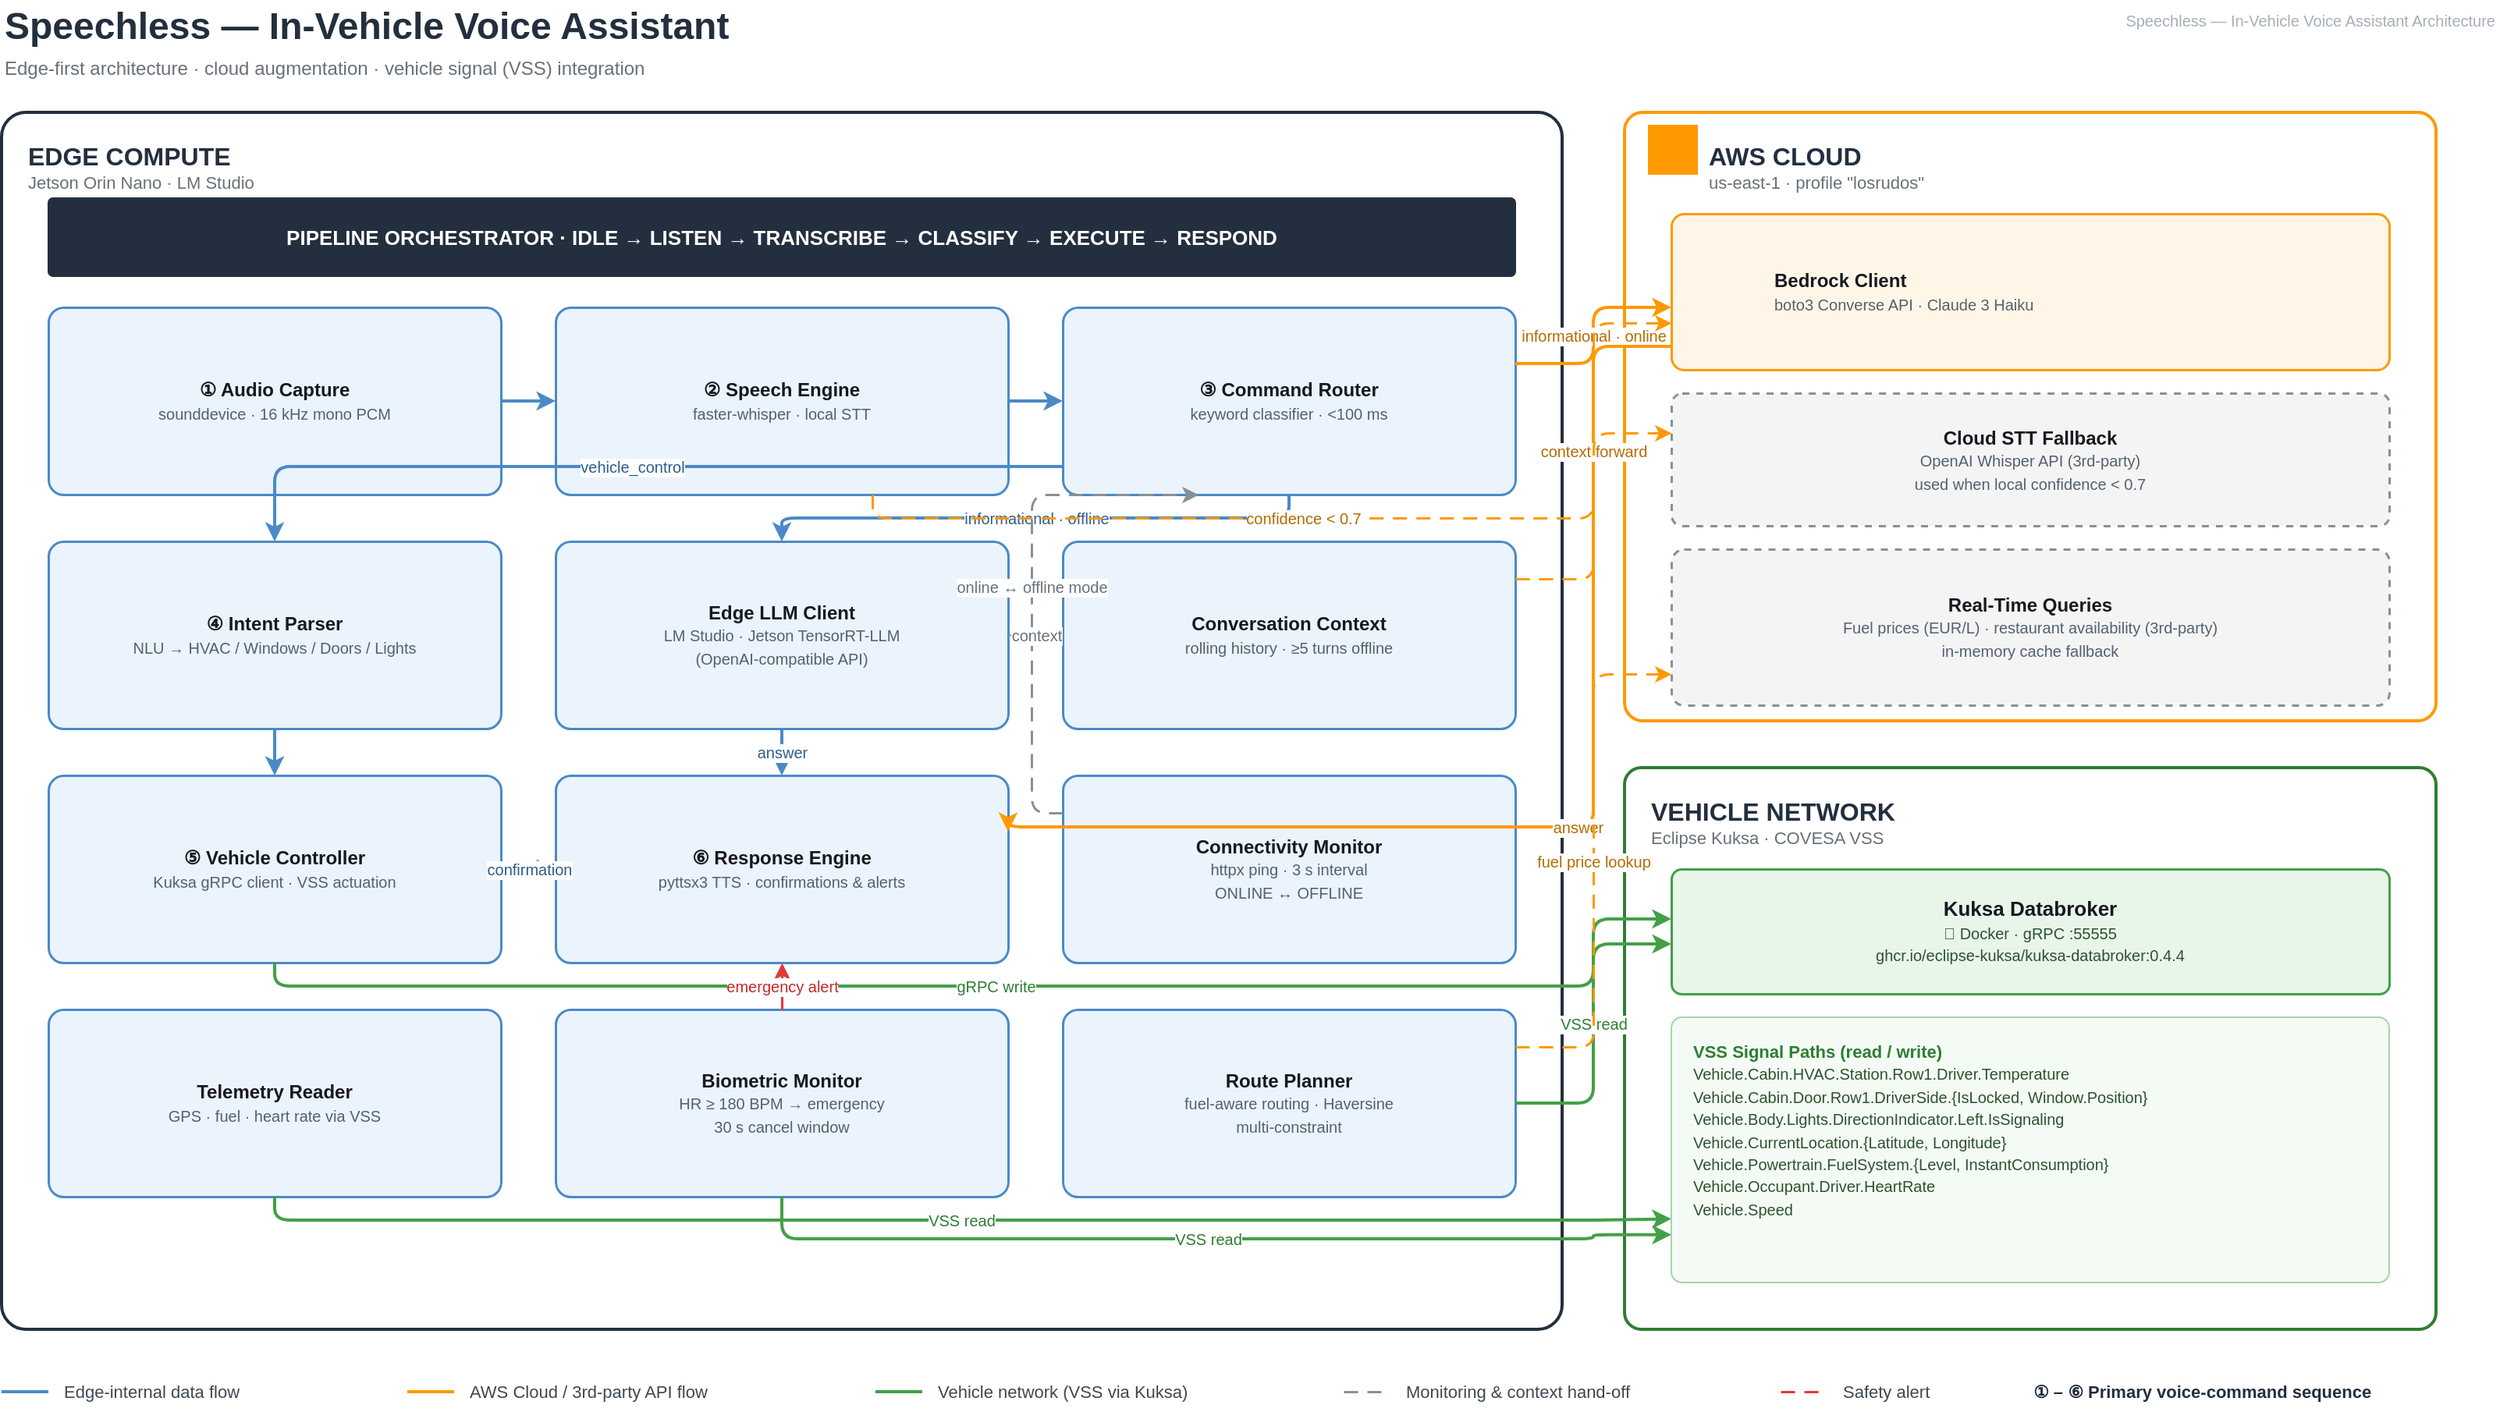
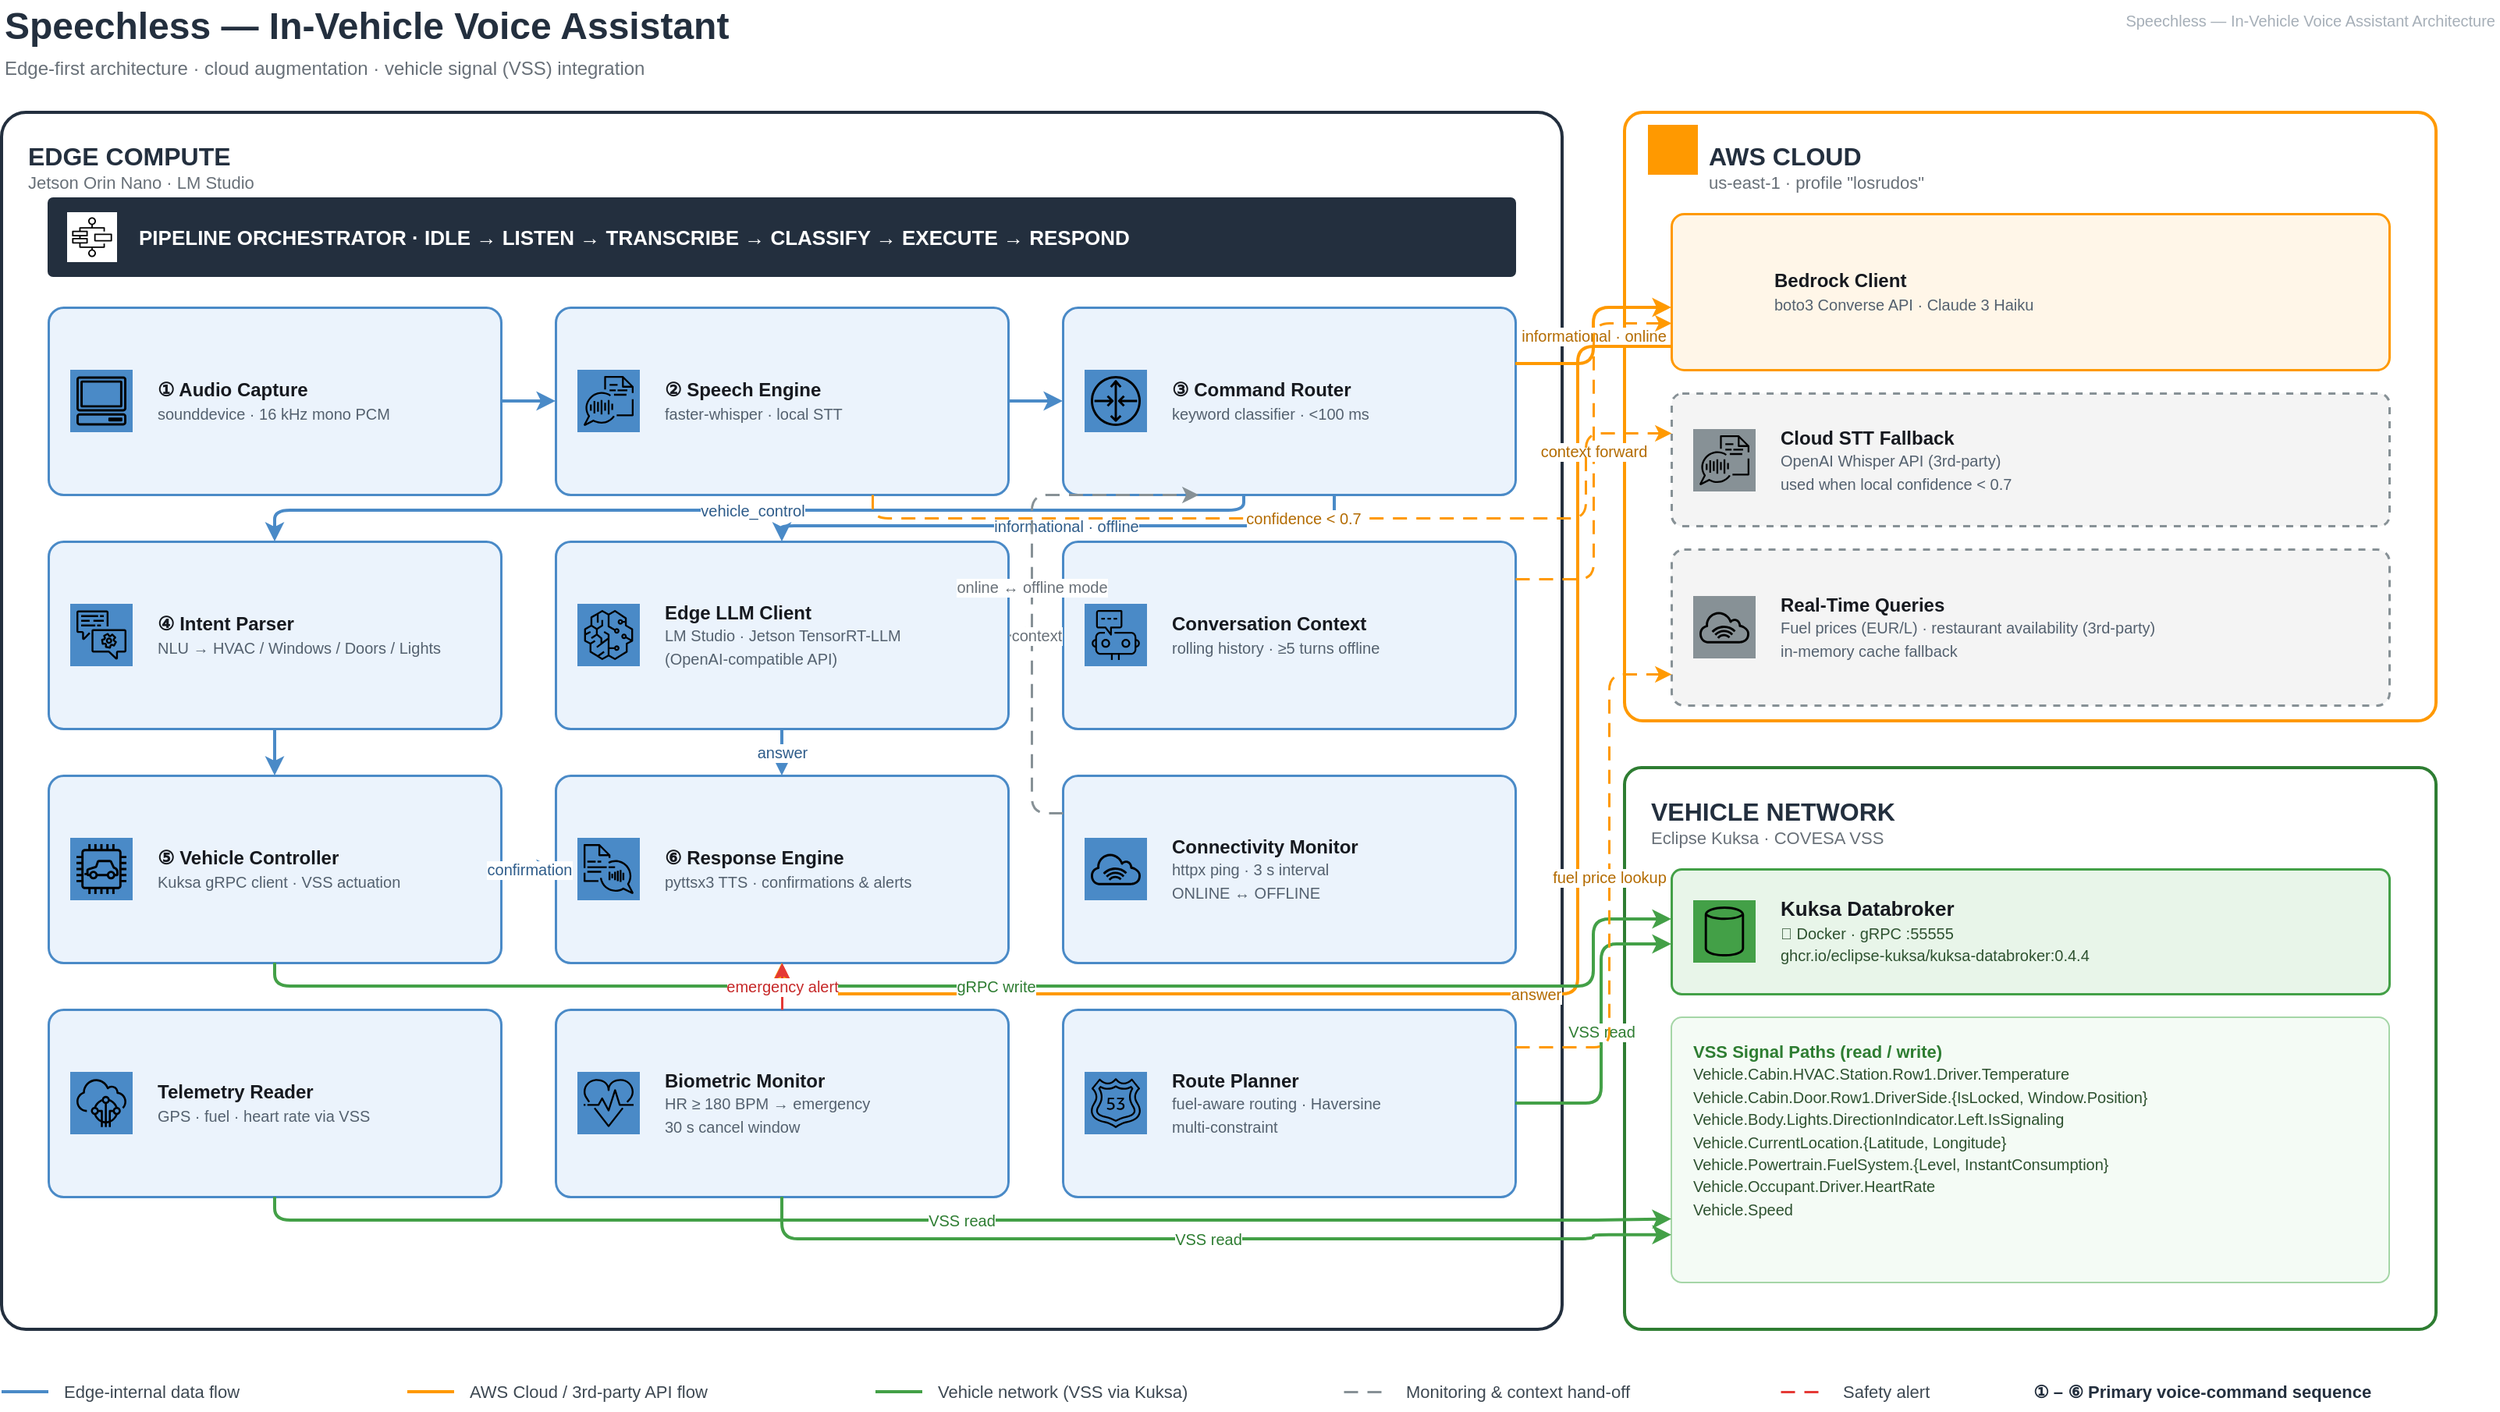
<?xml version="1.0" encoding="UTF-8"?>
<mxfile host="app.diagrams.net" modified="2026-06-10T00:00:00.000Z" agent="Speechless Architecture" version="24.0.0" type="device">
  <diagram id="speechless-architecture" name="Speechless - Voice Assistant Architecture">
    <mxGraphModel dx="1400" dy="900" grid="1" gridSize="10" guides="1" tooltips="1" connect="1" arrows="1" fold="1" page="1" pageScale="1" pageWidth="1680" pageHeight="1000" math="0" shadow="0" background="#FFFFFF">
      <root>
        <mxCell id="0"/>
        <mxCell id="1" parent="0"/>

        <!-- ═══════════════════════════════════════════════════════════════ -->
        <!-- TITLE -->
        <!-- ═══════════════════════════════════════════════════════════════ -->
        <mxCell id="title" value="Speechless — In-Vehicle Voice Assistant" style="text;html=1;align=left;verticalAlign=middle;whiteSpace=wrap;rounded=0;fillColor=none;strokeColor=none;fontSize=24;fontStyle=1;fontColor=#232F3E;" vertex="1" parent="1">
          <mxGeometry x="40" y="18" width="700" height="34" as="geometry"/>
        </mxCell>
        <mxCell id="subtitle" value="Edge-first architecture · cloud augmentation · vehicle signal (VSS) integration" style="text;html=1;align=left;verticalAlign=middle;whiteSpace=wrap;rounded=0;fillColor=none;strokeColor=none;fontSize=12;fontColor=#687078;" vertex="1" parent="1">
          <mxGeometry x="40" y="52" width="700" height="20" as="geometry"/>
        </mxCell>

        <!-- ═══════════════════════════════════════════════════════════════ -->
        <!-- EDGE COMPUTE ZONE -->
        <!-- ═══════════════════════════════════════════════════════════════ -->
        <mxCell id="edge-layer" value="&lt;font color=&quot;#232F3E&quot; style=&quot;font-size: 16px;&quot;&gt;&lt;b&gt;EDGE COMPUTE&lt;/b&gt;&lt;/font&gt;&lt;br&gt;&lt;font color=&quot;#687078&quot; style=&quot;font-size: 11px;&quot;&gt;Jetson Orin Nano · LM Studio&lt;/font&gt;" style="rounded=1;whiteSpace=wrap;html=1;fillColor=#FFFFFF;strokeColor=#232F3E;strokeWidth=2;arcSize=2;verticalAlign=top;align=left;spacingTop=12;spacingLeft=15;" vertex="1" parent="1">
          <mxGeometry x="40" y="90" width="1000" height="780" as="geometry"/>
        </mxCell>

-         <mxCell id="orchestrator" value="PIPELINE ORCHESTRATOR  ·  IDLE → LISTEN → TRANSCRIBE → CLASSIFY → EXECUTE → RESPOND" style="rounded=1;whiteSpace=wrap;html=1;fillColor=#232F3E;strokeColor=#232F3E;fontColor=#FFFFFF;fontSize=13;fontStyle=1;align=center;verticalAlign=middle;arcSize=6;" vertex="1" parent="1">
+         <mxCell id="orchestrator" value="PIPELINE ORCHESTRATOR  ·  IDLE → LISTEN → TRANSCRIBE → CLASSIFY → EXECUTE → RESPOND" style="rounded=1;whiteSpace=wrap;html=1;fillColor=#232F3E;strokeColor=#232F3E;fontColor=#FFFFFF;fontSize=13;fontStyle=1;align=left;verticalAlign=middle;arcSize=6;spacingLeft=56;" vertex="1" parent="1">
          <mxGeometry x="70" y="145" width="940" height="50" as="geometry"/>
        </mxCell>
+         <mxCell id="orchestrator-icon" value="" style="outlineConnect=0;fontColor=#232F3E;gradientColor=none;strokeColor=none;fillColor=#FFFFFF;labelPosition=center;verticalLabelPosition=bottom;verticalAlign=top;align=center;html=1;fontSize=12;fontStyle=0;aspect=fixed;shape=mxgraph.aws4.resourceIcon;resIcon=mxgraph.aws4.step_functions;" vertex="1" parent="1">
+           <mxGeometry x="82" y="154" width="32" height="32" as="geometry"/>
+         </mxCell>

        <!-- Row 1: Voice pipeline (primary path, numbered) -->
-         <mxCell id="audio-capture" value="&lt;b&gt;① Audio Capture&lt;/b&gt;&lt;br&gt;&lt;font style=&quot;font-size: 10px;&quot; color=&quot;#54616F&quot;&gt;sounddevice · 16 kHz mono PCM&lt;/font&gt;" style="rounded=1;whiteSpace=wrap;html=1;fillColor=#EBF3FC;strokeColor=#4A8AC7;strokeWidth=1.5;arcSize=8;fontColor=#16191F;align=center;verticalAlign=middle;fontSize=12;" vertex="1" parent="1">
+         <mxCell id="audio-capture" value="&lt;b&gt;① Audio Capture&lt;/b&gt;&lt;br&gt;&lt;font style=&quot;font-size: 10px;&quot; color=&quot;#54616F&quot;&gt;sounddevice · 16 kHz mono PCM&lt;/font&gt;" style="rounded=1;whiteSpace=wrap;html=1;fillColor=#EBF3FC;strokeColor=#4A8AC7;strokeWidth=1.5;arcSize=8;fontColor=#16191F;align=left;verticalAlign=middle;fontSize=12;spacingLeft=68;" vertex="1" parent="1">
          <mxGeometry x="70" y="215" width="290" height="120" as="geometry"/>
        </mxCell>
-         <mxCell id="speech-engine" value="&lt;b&gt;② Speech Engine&lt;/b&gt;&lt;br&gt;&lt;font style=&quot;font-size: 10px;&quot; color=&quot;#54616F&quot;&gt;faster-whisper · local STT&lt;/font&gt;" style="rounded=1;whiteSpace=wrap;html=1;fillColor=#EBF3FC;strokeColor=#4A8AC7;strokeWidth=1.5;arcSize=8;fontColor=#16191F;align=center;verticalAlign=middle;fontSize=12;" vertex="1" parent="1">
+         <mxCell id="audio-capture-icon" value="" style="outlineConnect=0;fontColor=#232F3E;gradientColor=none;strokeColor=none;fillColor=#4A8AC7;labelPosition=center;verticalLabelPosition=bottom;verticalAlign=top;align=center;html=1;fontSize=12;fontStyle=0;aspect=fixed;shape=mxgraph.aws4.resourceIcon;resIcon=mxgraph.aws4.client;" vertex="1" parent="1">
+           <mxGeometry x="84" y="255" width="40" height="40" as="geometry"/>
+         </mxCell>
+ 
+         <mxCell id="speech-engine" value="&lt;b&gt;② Speech Engine&lt;/b&gt;&lt;br&gt;&lt;font style=&quot;font-size: 10px;&quot; color=&quot;#54616F&quot;&gt;faster-whisper · local STT&lt;/font&gt;" style="rounded=1;whiteSpace=wrap;html=1;fillColor=#EBF3FC;strokeColor=#4A8AC7;strokeWidth=1.5;arcSize=8;fontColor=#16191F;align=left;verticalAlign=middle;fontSize=12;spacingLeft=68;" vertex="1" parent="1">
          <mxGeometry x="395" y="215" width="290" height="120" as="geometry"/>
        </mxCell>
-         <mxCell id="command-router" value="&lt;b&gt;③ Command Router&lt;/b&gt;&lt;br&gt;&lt;font style=&quot;font-size: 10px;&quot; color=&quot;#54616F&quot;&gt;keyword classifier · &amp;lt;100 ms&lt;/font&gt;" style="rounded=1;whiteSpace=wrap;html=1;fillColor=#EBF3FC;strokeColor=#4A8AC7;strokeWidth=1.5;arcSize=8;fontColor=#16191F;align=center;verticalAlign=middle;fontSize=12;" vertex="1" parent="1">
+         <mxCell id="speech-engine-icon" value="" style="outlineConnect=0;fontColor=#232F3E;gradientColor=none;strokeColor=none;fillColor=#4A8AC7;labelPosition=center;verticalLabelPosition=bottom;verticalAlign=top;align=center;html=1;fontSize=12;fontStyle=0;aspect=fixed;shape=mxgraph.aws4.resourceIcon;resIcon=mxgraph.aws4.transcribe;" vertex="1" parent="1">
+           <mxGeometry x="409" y="255" width="40" height="40" as="geometry"/>
+         </mxCell>
+ 
+         <mxCell id="command-router" value="&lt;b&gt;③ Command Router&lt;/b&gt;&lt;br&gt;&lt;font style=&quot;font-size: 10px;&quot; color=&quot;#54616F&quot;&gt;keyword classifier · &amp;lt;100 ms&lt;/font&gt;" style="rounded=1;whiteSpace=wrap;html=1;fillColor=#EBF3FC;strokeColor=#4A8AC7;strokeWidth=1.5;arcSize=8;fontColor=#16191F;align=left;verticalAlign=middle;fontSize=12;spacingLeft=68;" vertex="1" parent="1">
          <mxGeometry x="720" y="215" width="290" height="120" as="geometry"/>
        </mxCell>
+         <mxCell id="command-router-icon" value="" style="outlineConnect=0;fontColor=#232F3E;gradientColor=none;strokeColor=none;fillColor=#4A8AC7;labelPosition=center;verticalLabelPosition=bottom;verticalAlign=top;align=center;html=1;fontSize=12;fontStyle=0;aspect=fixed;shape=mxgraph.aws4.resourceIcon;resIcon=mxgraph.aws4.router;" vertex="1" parent="1">
+           <mxGeometry x="734" y="255" width="40" height="40" as="geometry"/>
+         </mxCell>

        <!-- Row 2: Understanding & decision -->
-         <mxCell id="intent-parser" value="&lt;b&gt;④ Intent Parser&lt;/b&gt;&lt;br&gt;&lt;font style=&quot;font-size: 10px;&quot; color=&quot;#54616F&quot;&gt;NLU → HVAC / Windows / Doors / Lights&lt;/font&gt;" style="rounded=1;whiteSpace=wrap;html=1;fillColor=#EBF3FC;strokeColor=#4A8AC7;strokeWidth=1.5;arcSize=8;fontColor=#16191F;align=center;verticalAlign=middle;fontSize=12;" vertex="1" parent="1">
+         <mxCell id="intent-parser" value="&lt;b&gt;④ Intent Parser&lt;/b&gt;&lt;br&gt;&lt;font style=&quot;font-size: 10px;&quot; color=&quot;#54616F&quot;&gt;NLU → HVAC / Windows / Doors / Lights&lt;/font&gt;" style="rounded=1;whiteSpace=wrap;html=1;fillColor=#EBF3FC;strokeColor=#4A8AC7;strokeWidth=1.5;arcSize=8;fontColor=#16191F;align=left;verticalAlign=middle;fontSize=12;spacingLeft=68;" vertex="1" parent="1">
          <mxGeometry x="70" y="365" width="290" height="120" as="geometry"/>
        </mxCell>
-         <mxCell id="edge-llm" value="&lt;b&gt;Edge LLM Client&lt;/b&gt;&lt;br&gt;&lt;font style=&quot;font-size: 10px;&quot; color=&quot;#54616F&quot;&gt;LM Studio · Jetson TensorRT-LLM&lt;br&gt;(OpenAI-compatible API)&lt;/font&gt;" style="rounded=1;whiteSpace=wrap;html=1;fillColor=#EBF3FC;strokeColor=#4A8AC7;strokeWidth=1.5;arcSize=8;fontColor=#16191F;align=center;verticalAlign=middle;fontSize=12;" vertex="1" parent="1">
+         <mxCell id="intent-parser-icon" value="" style="outlineConnect=0;fontColor=#232F3E;gradientColor=none;strokeColor=none;fillColor=#4A8AC7;labelPosition=center;verticalLabelPosition=bottom;verticalAlign=top;align=center;html=1;fontSize=12;fontStyle=0;aspect=fixed;shape=mxgraph.aws4.resourceIcon;resIcon=mxgraph.aws4.lex;" vertex="1" parent="1">
+           <mxGeometry x="84" y="405" width="40" height="40" as="geometry"/>
+         </mxCell>
+ 
+         <mxCell id="edge-llm" value="&lt;b&gt;Edge LLM Client&lt;/b&gt;&lt;br&gt;&lt;font style=&quot;font-size: 10px;&quot; color=&quot;#54616F&quot;&gt;LM Studio · Jetson TensorRT-LLM&lt;br&gt;(OpenAI-compatible API)&lt;/font&gt;" style="rounded=1;whiteSpace=wrap;html=1;fillColor=#EBF3FC;strokeColor=#4A8AC7;strokeWidth=1.5;arcSize=8;fontColor=#16191F;align=left;verticalAlign=middle;fontSize=12;spacingLeft=68;" vertex="1" parent="1">
          <mxGeometry x="395" y="365" width="290" height="120" as="geometry"/>
        </mxCell>
-         <mxCell id="conv-context" value="&lt;b&gt;Conversation Context&lt;/b&gt;&lt;br&gt;&lt;font style=&quot;font-size: 10px;&quot; color=&quot;#54616F&quot;&gt;rolling history · ≥5 turns offline&lt;/font&gt;" style="rounded=1;whiteSpace=wrap;html=1;fillColor=#EBF3FC;strokeColor=#4A8AC7;strokeWidth=1.5;arcSize=8;fontColor=#16191F;align=center;verticalAlign=middle;fontSize=12;" vertex="1" parent="1">
+         <mxCell id="edge-llm-icon" value="" style="outlineConnect=0;fontColor=#232F3E;gradientColor=none;strokeColor=none;fillColor=#4A8AC7;labelPosition=center;verticalLabelPosition=bottom;verticalAlign=top;align=center;html=1;fontSize=12;fontStyle=0;aspect=fixed;shape=mxgraph.aws4.resourceIcon;resIcon=mxgraph.aws4.sagemaker;" vertex="1" parent="1">
+           <mxGeometry x="409" y="405" width="40" height="40" as="geometry"/>
+         </mxCell>
+ 
+         <mxCell id="conv-context" value="&lt;b&gt;Conversation Context&lt;/b&gt;&lt;br&gt;&lt;font style=&quot;font-size: 10px;&quot; color=&quot;#54616F&quot;&gt;rolling history · ≥5 turns offline&lt;/font&gt;" style="rounded=1;whiteSpace=wrap;html=1;fillColor=#EBF3FC;strokeColor=#4A8AC7;strokeWidth=1.5;arcSize=8;fontColor=#16191F;align=left;verticalAlign=middle;fontSize=12;spacingLeft=68;" vertex="1" parent="1">
          <mxGeometry x="720" y="365" width="290" height="120" as="geometry"/>
        </mxCell>
+         <mxCell id="conv-context-icon" value="" style="outlineConnect=0;fontColor=#232F3E;gradientColor=none;strokeColor=none;fillColor=#4A8AC7;labelPosition=center;verticalLabelPosition=bottom;verticalAlign=top;align=center;html=1;fontSize=12;fontStyle=0;aspect=fixed;shape=mxgraph.aws4.resourceIcon;resIcon=mxgraph.aws4.chatbot;" vertex="1" parent="1">
+           <mxGeometry x="734" y="405" width="40" height="40" as="geometry"/>
+         </mxCell>

        <!-- Row 3: Action & feedback -->
-         <mxCell id="vehicle-controller" value="&lt;b&gt;⑤ Vehicle Controller&lt;/b&gt;&lt;br&gt;&lt;font style=&quot;font-size: 10px;&quot; color=&quot;#54616F&quot;&gt;Kuksa gRPC client · VSS actuation&lt;/font&gt;" style="rounded=1;whiteSpace=wrap;html=1;fillColor=#EBF3FC;strokeColor=#4A8AC7;strokeWidth=1.5;arcSize=8;fontColor=#16191F;align=center;verticalAlign=middle;fontSize=12;" vertex="1" parent="1">
+         <mxCell id="vehicle-controller" value="&lt;b&gt;⑤ Vehicle Controller&lt;/b&gt;&lt;br&gt;&lt;font style=&quot;font-size: 10px;&quot; color=&quot;#54616F&quot;&gt;Kuksa gRPC client · VSS actuation&lt;/font&gt;" style="rounded=1;whiteSpace=wrap;html=1;fillColor=#EBF3FC;strokeColor=#4A8AC7;strokeWidth=1.5;arcSize=8;fontColor=#16191F;align=left;verticalAlign=middle;fontSize=12;spacingLeft=68;" vertex="1" parent="1">
          <mxGeometry x="70" y="515" width="290" height="120" as="geometry"/>
        </mxCell>
-         <mxCell id="response-engine" value="&lt;b&gt;⑥ Response Engine&lt;/b&gt;&lt;br&gt;&lt;font style=&quot;font-size: 10px;&quot; color=&quot;#54616F&quot;&gt;pyttsx3 TTS · confirmations &amp;amp; alerts&lt;/font&gt;" style="rounded=1;whiteSpace=wrap;html=1;fillColor=#EBF3FC;strokeColor=#4A8AC7;strokeWidth=1.5;arcSize=8;fontColor=#16191F;align=center;verticalAlign=middle;fontSize=12;" vertex="1" parent="1">
+         <mxCell id="vehicle-controller-icon" value="" style="outlineConnect=0;fontColor=#232F3E;gradientColor=none;strokeColor=none;fillColor=#4A8AC7;labelPosition=center;verticalLabelPosition=bottom;verticalAlign=top;align=center;html=1;fontSize=12;fontStyle=0;aspect=fixed;shape=mxgraph.aws4.resourceIcon;resIcon=mxgraph.aws4.car;" vertex="1" parent="1">
+           <mxGeometry x="84" y="555" width="40" height="40" as="geometry"/>
+         </mxCell>
+ 
+         <mxCell id="response-engine" value="&lt;b&gt;⑥ Response Engine&lt;/b&gt;&lt;br&gt;&lt;font style=&quot;font-size: 10px;&quot; color=&quot;#54616F&quot;&gt;pyttsx3 TTS · confirmations &amp;amp; alerts&lt;/font&gt;" style="rounded=1;whiteSpace=wrap;html=1;fillColor=#EBF3FC;strokeColor=#4A8AC7;strokeWidth=1.5;arcSize=8;fontColor=#16191F;align=left;verticalAlign=middle;fontSize=12;spacingLeft=68;" vertex="1" parent="1">
          <mxGeometry x="395" y="515" width="290" height="120" as="geometry"/>
        </mxCell>
-         <mxCell id="conn-monitor" value="&lt;b&gt;Connectivity Monitor&lt;/b&gt;&lt;br&gt;&lt;font style=&quot;font-size: 10px;&quot; color=&quot;#54616F&quot;&gt;httpx ping · 3 s interval&lt;br&gt;ONLINE ↔ OFFLINE&lt;/font&gt;" style="rounded=1;whiteSpace=wrap;html=1;fillColor=#EBF3FC;strokeColor=#4A8AC7;strokeWidth=1.5;arcSize=8;fontColor=#16191F;align=center;verticalAlign=middle;fontSize=12;" vertex="1" parent="1">
+         <mxCell id="response-engine-icon" value="" style="outlineConnect=0;fontColor=#232F3E;gradientColor=none;strokeColor=none;fillColor=#4A8AC7;labelPosition=center;verticalLabelPosition=bottom;verticalAlign=top;align=center;html=1;fontSize=12;fontStyle=0;aspect=fixed;shape=mxgraph.aws4.resourceIcon;resIcon=mxgraph.aws4.polly;" vertex="1" parent="1">
+           <mxGeometry x="409" y="555" width="40" height="40" as="geometry"/>
+         </mxCell>
+ 
+         <mxCell id="conn-monitor" value="&lt;b&gt;Connectivity Monitor&lt;/b&gt;&lt;br&gt;&lt;font style=&quot;font-size: 10px;&quot; color=&quot;#54616F&quot;&gt;httpx ping · 3 s interval&lt;br&gt;ONLINE ↔ OFFLINE&lt;/font&gt;" style="rounded=1;whiteSpace=wrap;html=1;fillColor=#EBF3FC;strokeColor=#4A8AC7;strokeWidth=1.5;arcSize=8;fontColor=#16191F;align=left;verticalAlign=middle;fontSize=12;spacingLeft=68;" vertex="1" parent="1">
          <mxGeometry x="720" y="515" width="290" height="120" as="geometry"/>
        </mxCell>
+         <mxCell id="conn-monitor-icon" value="" style="outlineConnect=0;fontColor=#232F3E;gradientColor=none;strokeColor=none;fillColor=#4A8AC7;labelPosition=center;verticalLabelPosition=bottom;verticalAlign=top;align=center;html=1;fontSize=12;fontStyle=0;aspect=fixed;shape=mxgraph.aws4.resourceIcon;resIcon=mxgraph.aws4.internet_alt1;" vertex="1" parent="1">
+           <mxGeometry x="734" y="555" width="40" height="40" as="geometry"/>
+         </mxCell>

        <!-- Row 4: Vehicle awareness -->
-         <mxCell id="telemetry-reader" value="&lt;b&gt;Telemetry Reader&lt;/b&gt;&lt;br&gt;&lt;font style=&quot;font-size: 10px;&quot; color=&quot;#54616F&quot;&gt;GPS · fuel · heart rate via VSS&lt;/font&gt;" style="rounded=1;whiteSpace=wrap;html=1;fillColor=#EBF3FC;strokeColor=#4A8AC7;strokeWidth=1.5;arcSize=8;fontColor=#16191F;align=center;verticalAlign=middle;fontSize=12;" vertex="1" parent="1">
+         <mxCell id="telemetry-reader" value="&lt;b&gt;Telemetry Reader&lt;/b&gt;&lt;br&gt;&lt;font style=&quot;font-size: 10px;&quot; color=&quot;#54616F&quot;&gt;GPS · fuel · heart rate via VSS&lt;/font&gt;" style="rounded=1;whiteSpace=wrap;html=1;fillColor=#EBF3FC;strokeColor=#4A8AC7;strokeWidth=1.5;arcSize=8;fontColor=#16191F;align=left;verticalAlign=middle;fontSize=12;spacingLeft=68;" vertex="1" parent="1">
          <mxGeometry x="70" y="665" width="290" height="120" as="geometry"/>
        </mxCell>
-         <mxCell id="biometric-monitor" value="&lt;b&gt;Biometric Monitor&lt;/b&gt;&lt;br&gt;&lt;font style=&quot;font-size: 10px;&quot; color=&quot;#54616F&quot;&gt;HR ≥ 180 BPM → emergency&lt;br&gt;30 s cancel window&lt;/font&gt;" style="rounded=1;whiteSpace=wrap;html=1;fillColor=#EBF3FC;strokeColor=#4A8AC7;strokeWidth=1.5;arcSize=8;fontColor=#16191F;align=center;verticalAlign=middle;fontSize=12;" vertex="1" parent="1">
+         <mxCell id="telemetry-reader-icon" value="" style="outlineConnect=0;fontColor=#232F3E;gradientColor=none;strokeColor=none;fillColor=#4A8AC7;labelPosition=center;verticalLabelPosition=bottom;verticalAlign=top;align=center;html=1;fontSize=12;fontStyle=0;aspect=fixed;shape=mxgraph.aws4.resourceIcon;resIcon=mxgraph.aws4.iot_core;" vertex="1" parent="1">
+           <mxGeometry x="84" y="705" width="40" height="40" as="geometry"/>
+         </mxCell>
+ 
+         <mxCell id="biometric-monitor" value="&lt;b&gt;Biometric Monitor&lt;/b&gt;&lt;br&gt;&lt;font style=&quot;font-size: 10px;&quot; color=&quot;#54616F&quot;&gt;HR ≥ 180 BPM → emergency&lt;br&gt;30 s cancel window&lt;/font&gt;" style="rounded=1;whiteSpace=wrap;html=1;fillColor=#EBF3FC;strokeColor=#4A8AC7;strokeWidth=1.5;arcSize=8;fontColor=#16191F;align=left;verticalAlign=middle;fontSize=12;spacingLeft=68;" vertex="1" parent="1">
          <mxGeometry x="395" y="665" width="290" height="120" as="geometry"/>
        </mxCell>
-         <mxCell id="route-planner" value="&lt;b&gt;Route Planner&lt;/b&gt;&lt;br&gt;&lt;font style=&quot;font-size: 10px;&quot; color=&quot;#54616F&quot;&gt;fuel-aware routing · Haversine&lt;br&gt;multi-constraint&lt;/font&gt;" style="rounded=1;whiteSpace=wrap;html=1;fillColor=#EBF3FC;strokeColor=#4A8AC7;strokeWidth=1.5;arcSize=8;fontColor=#16191F;align=center;verticalAlign=middle;fontSize=12;" vertex="1" parent="1">
+         <mxCell id="biometric-monitor-icon" value="" style="outlineConnect=0;fontColor=#232F3E;gradientColor=none;strokeColor=none;fillColor=#4A8AC7;labelPosition=center;verticalLabelPosition=bottom;verticalAlign=top;align=center;html=1;fontSize=12;fontStyle=0;aspect=fixed;shape=mxgraph.aws4.resourceIcon;resIcon=mxgraph.aws4.personal_health_dashboard;" vertex="1" parent="1">
+           <mxGeometry x="409" y="705" width="40" height="40" as="geometry"/>
+         </mxCell>
+ 
+         <mxCell id="route-planner" value="&lt;b&gt;Route Planner&lt;/b&gt;&lt;br&gt;&lt;font style=&quot;font-size: 10px;&quot; color=&quot;#54616F&quot;&gt;fuel-aware routing · Haversine&lt;br&gt;multi-constraint&lt;/font&gt;" style="rounded=1;whiteSpace=wrap;html=1;fillColor=#EBF3FC;strokeColor=#4A8AC7;strokeWidth=1.5;arcSize=8;fontColor=#16191F;align=left;verticalAlign=middle;fontSize=12;spacingLeft=68;" vertex="1" parent="1">
          <mxGeometry x="720" y="665" width="290" height="120" as="geometry"/>
+         </mxCell>
+         <mxCell id="route-planner-icon" value="" style="outlineConnect=0;fontColor=#232F3E;gradientColor=none;strokeColor=none;fillColor=#4A8AC7;labelPosition=center;verticalLabelPosition=bottom;verticalAlign=top;align=center;html=1;fontSize=12;fontStyle=0;aspect=fixed;shape=mxgraph.aws4.resourceIcon;resIcon=mxgraph.aws4.route_53;" vertex="1" parent="1">
+           <mxGeometry x="734" y="705" width="40" height="40" as="geometry"/>
        </mxCell>

        <!-- ═══════════════════════════════════════════════════════════════ -->
        <!-- AWS CLOUD ZONE -->
        <!-- ═══════════════════════════════════════════════════════════════ -->
        <mxCell id="cloud-layer" value="&lt;font color=&quot;#232F3E&quot; style=&quot;font-size: 16px;&quot;&gt;&lt;b&gt;AWS CLOUD&lt;/b&gt;&lt;/font&gt;&lt;br&gt;&lt;font color=&quot;#687078&quot; style=&quot;font-size: 11px;&quot;&gt;us-east-1 · profile &amp;quot;losrudos&amp;quot;&lt;/font&gt;" style="rounded=1;whiteSpace=wrap;html=1;fillColor=#FFFFFF;strokeColor=#FF9900;strokeWidth=2;arcSize=3;verticalAlign=top;align=left;spacingTop=12;spacingLeft=52;" vertex="1" parent="1">
          <mxGeometry x="1080" y="90" width="520" height="390" as="geometry"/>
        </mxCell>

        <mxCell id="aws-cloud-icon" value="" style="outlineConnect=0;fontColor=#232F3E;gradientColor=none;strokeColor=none;fillColor=#FF9900;labelPosition=center;verticalLabelPosition=bottom;verticalAlign=top;align=center;html=1;fontSize=12;fontStyle=0;aspect=fixed;shape=mxgraph.aws4.resourceIcon;resIcon=mxgraph.aws4.general_AWS_cloud;" vertex="1" parent="1">
          <mxGeometry x="1095" y="98" width="32" height="32" as="geometry"/>
        </mxCell>

        <mxCell id="bedrock-icon" value="" style="outlineConnect=0;fontColor=#232F3E;gradientColor=none;strokeColor=none;fillColor=#FF9900;labelPosition=center;verticalLabelPosition=bottom;verticalAlign=top;align=center;html=1;fontSize=12;fontStyle=0;aspect=fixed;shape=mxgraph.aws4.resourceIcon;resIcon=mxgraph.aws4.bedrock;" vertex="1" parent="1">
          <mxGeometry x="1126" y="180" width="40" height="40" as="geometry"/>
        </mxCell>
        <mxCell id="bedrock-client" value="&lt;b&gt;Bedrock Client&lt;/b&gt;&lt;br&gt;&lt;font style=&quot;font-size: 10px;&quot; color=&quot;#54616F&quot;&gt;boto3 Converse API · Claude 3 Haiku&lt;/font&gt;" style="rounded=1;whiteSpace=wrap;html=1;fillColor=#FFF6E8;strokeColor=#FF9900;strokeWidth=1.5;arcSize=8;fontColor=#16191F;align=left;verticalAlign=middle;fontSize=12;spacingLeft=64;" vertex="1" parent="1">
          <mxGeometry x="1110" y="155" width="460" height="100" as="geometry"/>
        </mxCell>

-         <mxCell id="cloud-stt" value="&lt;b&gt;Cloud STT Fallback&lt;/b&gt;&lt;br&gt;&lt;font style=&quot;font-size: 10px;&quot; color=&quot;#54616F&quot;&gt;OpenAI Whisper API (3rd-party)&lt;br&gt;used when local confidence &amp;lt; 0.7&lt;/font&gt;" style="rounded=1;whiteSpace=wrap;html=1;fillColor=#F4F4F4;strokeColor=#879196;strokeWidth=1.5;dashed=1;arcSize=8;fontColor=#16191F;align=center;verticalAlign=middle;fontSize=12;" vertex="1" parent="1">
+         <mxCell id="cloud-stt" value="&lt;b&gt;Cloud STT Fallback&lt;/b&gt;&lt;br&gt;&lt;font style=&quot;font-size: 10px;&quot; color=&quot;#54616F&quot;&gt;OpenAI Whisper API (3rd-party)&lt;br&gt;used when local confidence &amp;lt; 0.7&lt;/font&gt;" style="rounded=1;whiteSpace=wrap;html=1;fillColor=#F4F4F4;strokeColor=#879196;strokeWidth=1.5;dashed=1;arcSize=8;fontColor=#16191F;align=left;verticalAlign=middle;fontSize=12;spacingLeft=68;" vertex="1" parent="1">
          <mxGeometry x="1110" y="270" width="460" height="85" as="geometry"/>
        </mxCell>
- 
-         <mxCell id="realtime-queries" value="&lt;b&gt;Real-Time Queries&lt;/b&gt;&lt;br&gt;&lt;font style=&quot;font-size: 10px;&quot; color=&quot;#54616F&quot;&gt;Fuel prices (EUR/L) · restaurant availability (3rd-party)&lt;br&gt;in-memory cache fallback&lt;/font&gt;" style="rounded=1;whiteSpace=wrap;html=1;fillColor=#F4F4F4;strokeColor=#879196;strokeWidth=1.5;dashed=1;arcSize=8;fontColor=#16191F;align=center;verticalAlign=middle;fontSize=12;" vertex="1" parent="1">
+         <mxCell id="cloud-stt-icon" value="" style="outlineConnect=0;fontColor=#232F3E;gradientColor=none;strokeColor=none;fillColor=#879196;labelPosition=center;verticalLabelPosition=bottom;verticalAlign=top;align=center;html=1;fontSize=12;fontStyle=0;aspect=fixed;shape=mxgraph.aws4.resourceIcon;resIcon=mxgraph.aws4.transcribe;" vertex="1" parent="1">
+           <mxGeometry x="1124" y="293" width="40" height="40" as="geometry"/>
+         </mxCell>
+ 
+         <mxCell id="realtime-queries" value="&lt;b&gt;Real-Time Queries&lt;/b&gt;&lt;br&gt;&lt;font style=&quot;font-size: 10px;&quot; color=&quot;#54616F&quot;&gt;Fuel prices (EUR/L) · restaurant availability (3rd-party)&lt;br&gt;in-memory cache fallback&lt;/font&gt;" style="rounded=1;whiteSpace=wrap;html=1;fillColor=#F4F4F4;strokeColor=#879196;strokeWidth=1.5;dashed=1;arcSize=8;fontColor=#16191F;align=left;verticalAlign=middle;fontSize=12;spacingLeft=68;" vertex="1" parent="1">
          <mxGeometry x="1110" y="370" width="460" height="100" as="geometry"/>
+         </mxCell>
+         <mxCell id="realtime-queries-icon" value="" style="outlineConnect=0;fontColor=#232F3E;gradientColor=none;strokeColor=none;fillColor=#879196;labelPosition=center;verticalLabelPosition=bottom;verticalAlign=top;align=center;html=1;fontSize=12;fontStyle=0;aspect=fixed;shape=mxgraph.aws4.resourceIcon;resIcon=mxgraph.aws4.internet_alt1;" vertex="1" parent="1">
+           <mxGeometry x="1124" y="400" width="40" height="40" as="geometry"/>
        </mxCell>

        <!-- ═══════════════════════════════════════════════════════════════ -->
        <!-- VEHICLE NETWORK ZONE -->
        <!-- ═══════════════════════════════════════════════════════════════ -->
        <mxCell id="vehicle-layer" value="&lt;font color=&quot;#232F3E&quot; style=&quot;font-size: 16px;&quot;&gt;&lt;b&gt;VEHICLE NETWORK&lt;/b&gt;&lt;/font&gt;&lt;br&gt;&lt;font color=&quot;#687078&quot; style=&quot;font-size: 11px;&quot;&gt;Eclipse Kuksa · COVESA VSS&lt;/font&gt;" style="rounded=1;whiteSpace=wrap;html=1;fillColor=#FFFFFF;strokeColor=#2E7D32;strokeWidth=2;arcSize=3;verticalAlign=top;align=left;spacingTop=12;spacingLeft=15;" vertex="1" parent="1">
          <mxGeometry x="1080" y="510" width="520" height="360" as="geometry"/>
        </mxCell>

-         <mxCell id="kuksa-db" value="&lt;b style=&quot;font-size: 13px;&quot;&gt;Kuksa Databroker&lt;/b&gt;&lt;br&gt;&lt;font style=&quot;font-size: 10px;&quot; color=&quot;#2E5230&quot;&gt;🐳 Docker · gRPC :55555&lt;br&gt;ghcr.io/eclipse-kuksa/kuksa-databroker:0.4.4&lt;/font&gt;" style="rounded=1;whiteSpace=wrap;html=1;fillColor=#E8F5E9;strokeColor=#43A047;strokeWidth=1.5;arcSize=8;fontColor=#16191F;align=center;verticalAlign=middle;fontSize=12;" vertex="1" parent="1">
+         <mxCell id="kuksa-db" value="&lt;b style=&quot;font-size: 13px;&quot;&gt;Kuksa Databroker&lt;/b&gt;&lt;br&gt;&lt;font style=&quot;font-size: 10px;&quot; color=&quot;#2E5230&quot;&gt;🐳 Docker · gRPC :55555&lt;br&gt;ghcr.io/eclipse-kuksa/kuksa-databroker:0.4.4&lt;/font&gt;" style="rounded=1;whiteSpace=wrap;html=1;fillColor=#E8F5E9;strokeColor=#43A047;strokeWidth=1.5;arcSize=8;fontColor=#16191F;align=left;verticalAlign=middle;fontSize=12;spacingLeft=68;" vertex="1" parent="1">
          <mxGeometry x="1110" y="575" width="460" height="80" as="geometry"/>
+         </mxCell>
+         <mxCell id="kuksa-db-icon" value="" style="outlineConnect=0;fontColor=#232F3E;gradientColor=none;strokeColor=none;fillColor=#43A047;labelPosition=center;verticalLabelPosition=bottom;verticalAlign=top;align=center;html=1;fontSize=12;fontStyle=0;aspect=fixed;shape=mxgraph.aws4.resourceIcon;resIcon=mxgraph.aws4.generic_database;" vertex="1" parent="1">
+           <mxGeometry x="1124" y="595" width="40" height="40" as="geometry"/>
        </mxCell>

        <mxCell id="vss-signals" value="&lt;font style=&quot;font-size: 11px;&quot; color=&quot;#2E7D32&quot;&gt;&lt;b&gt;VSS Signal Paths (read / write)&lt;/b&gt;&lt;/font&gt;&lt;br&gt;&lt;font style=&quot;font-size: 10px;&quot; color=&quot;#2E5230&quot;&gt;Vehicle.Cabin.HVAC.Station.Row1.Driver.Temperature&lt;br&gt;Vehicle.Cabin.Door.Row1.DriverSide.{IsLocked, Window.Position}&lt;br&gt;Vehicle.Body.Lights.DirectionIndicator.Left.IsSignaling&lt;br&gt;Vehicle.CurrentLocation.{Latitude, Longitude}&lt;br&gt;Vehicle.Powertrain.FuelSystem.{Level, InstantConsumption}&lt;br&gt;Vehicle.Occupant.Driver.HeartRate&lt;br&gt;Vehicle.Speed&lt;/font&gt;" style="rounded=1;whiteSpace=wrap;html=1;fillColor=#F4FBF5;strokeColor=#A5D6A7;strokeWidth=1;arcSize=4;align=left;verticalAlign=top;spacingTop=8;spacingLeft=12;" vertex="1" parent="1">
          <mxGeometry x="1110" y="670" width="460" height="170" as="geometry"/>
        </mxCell>

        <!-- ═══════════════════════════════════════════════════════════════ -->
        <!-- DATA FLOW EDGES -->
        <!-- ═══════════════════════════════════════════════════════════════ -->

        <!-- Primary pipeline (blue) -->
        <mxCell id="flow-audio-speech" style="edgeStyle=orthogonalEdgeStyle;rounded=1;html=1;strokeColor=#4A8AC7;strokeWidth=2;exitX=1;exitY=0.5;exitDx=0;exitDy=0;entryX=0;entryY=0.5;entryDx=0;entryDy=0;" edge="1" source="audio-capture" target="speech-engine" parent="1">
          <mxGeometry relative="1" as="geometry"/>
        </mxCell>
        <mxCell id="flow-speech-router" style="edgeStyle=orthogonalEdgeStyle;rounded=1;html=1;strokeColor=#4A8AC7;strokeWidth=2;exitX=1;exitY=0.5;exitDx=0;exitDy=0;entryX=0;entryY=0.5;entryDx=0;entryDy=0;" edge="1" source="speech-engine" target="command-router" parent="1">
          <mxGeometry relative="1" as="geometry"/>
        </mxCell>

        <!-- Command Router branches -->
-         <mxCell id="flow-router-intent" value="vehicle_control" style="edgeStyle=orthogonalEdgeStyle;rounded=1;html=1;strokeColor=#4A8AC7;strokeWidth=2;fontColor=#2E5C8A;fontSize=10;labelBackgroundColor=#FFFFFF;exitX=0;exitY=0.85;exitDx=0;exitDy=0;entryX=0.5;entryY=0;entryDx=0;entryDy=0;" edge="1" source="command-router" target="intent-parser" parent="1">
-           <mxGeometry relative="1" as="geometry">
-             <Array as="points">
-               <mxPoint x="215" y="317"/>
-             </Array>
-           </mxGeometry>
-         </mxCell>
-         <mxCell id="flow-router-edgellm" value="informational · offline" style="edgeStyle=orthogonalEdgeStyle;rounded=1;html=1;strokeColor=#4A8AC7;strokeWidth=2;fontColor=#2E5C8A;fontSize=10;labelBackgroundColor=#FFFFFF;exitX=0.5;exitY=1;exitDx=0;exitDy=0;entryX=0.5;entryY=0;entryDx=0;entryDy=0;" edge="1" source="command-router" target="edge-llm" parent="1">
-           <mxGeometry relative="1" as="geometry">
-             <Array as="points">
-               <mxPoint x="865" y="350"/>
-               <mxPoint x="540" y="350"/>
+         <mxCell id="flow-router-intent" value="vehicle_control" style="edgeStyle=orthogonalEdgeStyle;rounded=1;html=1;strokeColor=#4A8AC7;strokeWidth=2;fontColor=#2E5C8A;fontSize=10;labelBackgroundColor=#FFFFFF;exitX=0.4;exitY=1;exitDx=0;exitDy=0;entryX=0.5;entryY=0;entryDx=0;entryDy=0;" edge="1" source="command-router" target="intent-parser" parent="1">
+           <mxGeometry relative="1" as="geometry">
+             <Array as="points">
+               <mxPoint x="836" y="345"/>
+               <mxPoint x="215" y="345"/>
+             </Array>
+           </mxGeometry>
+         </mxCell>
+         <mxCell id="flow-router-edgellm" value="informational · offline" style="edgeStyle=orthogonalEdgeStyle;rounded=1;html=1;strokeColor=#4A8AC7;strokeWidth=2;fontColor=#2E5C8A;fontSize=10;labelBackgroundColor=#FFFFFF;exitX=0.6;exitY=1;exitDx=0;exitDy=0;entryX=0.5;entryY=0;entryDx=0;entryDy=0;" edge="1" source="command-router" target="edge-llm" parent="1">
+           <mxGeometry relative="1" as="geometry">
+             <Array as="points">
+               <mxPoint x="894" y="355"/>
+               <mxPoint x="540" y="355"/>
            </Array>
          </mxGeometry>
        </mxCell>
        <mxCell id="flow-router-bedrock" value="informational · online" style="edgeStyle=orthogonalEdgeStyle;rounded=1;html=1;strokeColor=#FF9900;strokeWidth=2;fontColor=#B36B00;fontSize=10;labelBackgroundColor=#FFFFFF;exitX=1;exitY=0.3;exitDx=0;exitDy=0;entryX=0;entryY=0.6;entryDx=0;entryDy=0;" edge="1" source="command-router" target="bedrock-client" parent="1">
          <mxGeometry relative="1" as="geometry"/>
        </mxCell>

        <!-- Vehicle control execution path -->
        <mxCell id="flow-intent-vehicle" style="edgeStyle=orthogonalEdgeStyle;rounded=1;html=1;strokeColor=#4A8AC7;strokeWidth=2;exitX=0.5;exitY=1;exitDx=0;exitDy=0;entryX=0.5;entryY=0;entryDx=0;entryDy=0;" edge="1" source="intent-parser" target="vehicle-controller" parent="1">
          <mxGeometry relative="1" as="geometry"/>
        </mxCell>
        <mxCell id="flow-vehicle-response" value="confirmation" style="edgeStyle=orthogonalEdgeStyle;rounded=1;html=1;strokeColor=#4A8AC7;strokeWidth=2;fontColor=#2E5C8A;fontSize=10;labelBackgroundColor=#FFFFFF;exitX=1;exitY=0.5;exitDx=0;exitDy=0;entryX=0;entryY=0.5;entryDx=0;entryDy=0;" edge="1" source="vehicle-controller" target="response-engine" parent="1">
          <mxGeometry relative="1" as="geometry"/>
        </mxCell>

        <!-- Informational answers converge on Response Engine -->
        <mxCell id="flow-edgellm-response" value="answer" style="edgeStyle=orthogonalEdgeStyle;rounded=1;html=1;strokeColor=#4A8AC7;strokeWidth=2;fontColor=#2E5C8A;fontSize=10;labelBackgroundColor=#FFFFFF;exitX=0.5;exitY=1;exitDx=0;exitDy=0;entryX=0.5;entryY=0;entryDx=0;entryDy=0;" edge="1" source="edge-llm" target="response-engine" parent="1">
          <mxGeometry relative="1" as="geometry"/>
        </mxCell>
-         <mxCell id="flow-bedrock-response" value="answer" style="edgeStyle=orthogonalEdgeStyle;rounded=1;html=1;strokeColor=#FF9900;strokeWidth=2;fontColor=#B36B00;fontSize=10;labelBackgroundColor=#FFFFFF;exitX=0;exitY=0.85;exitDx=0;exitDy=0;entryX=1;entryY=0.3;entryDx=0;entryDy=0;" edge="1" source="bedrock-client" target="response-engine" parent="1">
-           <mxGeometry relative="1" as="geometry">
-             <Array as="points">
-               <mxPoint x="1060" y="240"/>
-               <mxPoint x="1060" y="548"/>
+         <mxCell id="flow-bedrock-response" value="answer" style="edgeStyle=orthogonalEdgeStyle;rounded=1;html=1;strokeColor=#FF9900;strokeWidth=2;fontColor=#B36B00;fontSize=10;labelBackgroundColor=#FFFFFF;exitX=0;exitY=0.85;exitDx=0;exitDy=0;entryX=0.5;entryY=1;entryDx=0;entryDy=0;" edge="1" source="bedrock-client" target="response-engine" parent="1">
+           <mxGeometry relative="1" as="geometry">
+             <Array as="points">
+               <mxPoint x="1050" y="240"/>
+               <mxPoint x="1050" y="655"/>
+               <mxPoint x="540" y="655"/>
            </Array>
          </mxGeometry>
        </mxCell>

        <!-- Vehicle / VSS edges (green) -->
        <mxCell id="flow-vehicle-kuksa" value="gRPC write" style="edgeStyle=orthogonalEdgeStyle;rounded=1;html=1;strokeColor=#43A047;strokeWidth=2;fontColor=#2E7D32;fontSize=10;labelBackgroundColor=#FFFFFF;exitX=0.5;exitY=1;exitDx=0;exitDy=0;entryX=0;entryY=0.4;entryDx=0;entryDy=0;" edge="1" source="vehicle-controller" target="kuksa-db" parent="1">
          <mxGeometry relative="1" as="geometry">
            <Array as="points">
              <mxPoint x="215" y="650"/>
              <mxPoint x="1060" y="650"/>
              <mxPoint x="1060" y="607"/>
            </Array>
          </mxGeometry>
        </mxCell>
        <mxCell id="flow-route-kuksa" value="VSS read" style="edgeStyle=orthogonalEdgeStyle;rounded=1;html=1;strokeColor=#43A047;strokeWidth=2;fontColor=#2E7D32;fontSize=10;labelBackgroundColor=#FFFFFF;exitX=1;exitY=0.5;exitDx=0;exitDy=0;entryX=0;entryY=0.6;entryDx=0;entryDy=0;" edge="1" source="route-planner" target="kuksa-db" parent="1">
          <mxGeometry relative="1" as="geometry">
            <Array as="points">
-               <mxPoint x="1060" y="725"/>
-               <mxPoint x="1060" y="623"/>
+               <mxPoint x="1065" y="725"/>
+               <mxPoint x="1065" y="623"/>
            </Array>
          </mxGeometry>
        </mxCell>
        <mxCell id="flow-telemetry-kuksa" value="VSS read" style="edgeStyle=orthogonalEdgeStyle;rounded=1;html=1;strokeColor=#43A047;strokeWidth=2;fontColor=#2E7D32;fontSize=10;labelBackgroundColor=#FFFFFF;exitX=0.5;exitY=1;exitDx=0;exitDy=0;entryX=0;entryY=0.76;entryDx=0;entryDy=0;" edge="1" source="telemetry-reader" target="vss-signals" parent="1">
          <mxGeometry relative="1" as="geometry">
            <Array as="points">
              <mxPoint x="215" y="800"/>
              <mxPoint x="1060" y="800"/>
            </Array>
          </mxGeometry>
        </mxCell>
        <mxCell id="flow-biometric-kuksa" value="VSS read" style="edgeStyle=orthogonalEdgeStyle;rounded=1;html=1;strokeColor=#43A047;strokeWidth=2;fontColor=#2E7D32;fontSize=10;labelBackgroundColor=#FFFFFF;exitX=0.5;exitY=1;exitDx=0;exitDy=0;entryX=0;entryY=0.82;entryDx=0;entryDy=0;" edge="1" source="biometric-monitor" target="vss-signals" parent="1">
          <mxGeometry relative="1" as="geometry">
            <Array as="points">
              <mxPoint x="540" y="812"/>
              <mxPoint x="1060" y="812"/>
            </Array>
          </mxGeometry>
        </mxCell>

        <!-- Cross-cutting / monitoring (dashed gray) -->
        <mxCell id="flow-conn-router" value="online ↔ offline mode" style="edgeStyle=orthogonalEdgeStyle;rounded=1;html=1;strokeColor=#879196;strokeWidth=1.5;dashed=1;dashPattern=6 4;fontColor=#687078;fontSize=10;labelBackgroundColor=#FFFFFF;exitX=0;exitY=0.2;exitDx=0;exitDy=0;entryX=0.3;entryY=1;entryDx=0;entryDy=0;" edge="1" source="conn-monitor" target="command-router" parent="1">
          <mxGeometry relative="1" as="geometry">
            <Array as="points">
              <mxPoint x="700" y="539"/>
              <mxPoint x="700" y="335"/>
            </Array>
          </mxGeometry>
        </mxCell>
        <mxCell id="flow-context-edgellm" value="context" style="edgeStyle=orthogonalEdgeStyle;rounded=1;html=1;strokeColor=#879196;strokeWidth=1.5;dashed=1;dashPattern=6 4;fontColor=#687078;fontSize=10;labelBackgroundColor=#FFFFFF;exitX=0;exitY=0.5;exitDx=0;exitDy=0;entryX=1;entryY=0.5;entryDx=0;entryDy=0;" edge="1" source="conv-context" target="edge-llm" parent="1">
          <mxGeometry relative="1" as="geometry"/>
        </mxCell>
        <mxCell id="flow-context-bedrock" value="context forward" style="edgeStyle=orthogonalEdgeStyle;rounded=1;html=1;strokeColor=#FF9900;strokeWidth=1.5;dashed=1;dashPattern=6 4;fontColor=#B36B00;fontSize=10;labelBackgroundColor=#FFFFFF;exitX=1;exitY=0.2;exitDx=0;exitDy=0;entryX=0;entryY=0.7;entryDx=0;entryDy=0;" edge="1" source="conv-context" target="bedrock-client" parent="1">
          <mxGeometry relative="1" as="geometry">
            <Array as="points">
              <mxPoint x="1060" y="389"/>
              <mxPoint x="1060" y="225"/>
            </Array>
          </mxGeometry>
        </mxCell>
        <mxCell id="flow-speech-cloudstt" value="confidence &amp;lt; 0.7" style="edgeStyle=orthogonalEdgeStyle;rounded=1;html=1;strokeColor=#FF9900;strokeWidth=1.5;dashed=1;dashPattern=6 4;fontColor=#B36B00;fontSize=10;labelBackgroundColor=#FFFFFF;exitX=0.7;exitY=1;exitDx=0;exitDy=0;entryX=0;entryY=0.3;entryDx=0;entryDy=0;" edge="1" source="speech-engine" target="cloud-stt" parent="1">
          <mxGeometry relative="1" as="geometry">
            <Array as="points">
              <mxPoint x="598" y="350"/>
-               <mxPoint x="1060" y="350"/>
-               <mxPoint x="1060" y="295"/>
+               <mxPoint x="1055" y="350"/>
+               <mxPoint x="1055" y="295"/>
            </Array>
          </mxGeometry>
        </mxCell>
        <mxCell id="flow-route-realtime" value="fuel price lookup" style="edgeStyle=orthogonalEdgeStyle;rounded=1;html=1;strokeColor=#FF9900;strokeWidth=1.5;dashed=1;dashPattern=6 4;fontColor=#B36B00;fontSize=10;labelBackgroundColor=#FFFFFF;exitX=1;exitY=0.2;exitDx=0;exitDy=0;entryX=0;entryY=0.8;entryDx=0;entryDy=0;" edge="1" source="route-planner" target="realtime-queries" parent="1">
          <mxGeometry relative="1" as="geometry">
            <Array as="points">
-               <mxPoint x="1060" y="689"/>
-               <mxPoint x="1060" y="450"/>
+               <mxPoint x="1070" y="689"/>
+               <mxPoint x="1070" y="450"/>
            </Array>
          </mxGeometry>
        </mxCell>

        <!-- Safety alert (red, dashed) -->
        <mxCell id="flow-biometric-response" value="emergency alert" style="edgeStyle=orthogonalEdgeStyle;rounded=1;html=1;strokeColor=#E53935;strokeWidth=1.5;dashed=1;dashPattern=6 4;fontColor=#C62828;fontSize=10;labelBackgroundColor=#FFFFFF;exitX=0.5;exitY=0;exitDx=0;exitDy=0;entryX=0.5;entryY=1;entryDx=0;entryDy=0;" edge="1" source="biometric-monitor" target="response-engine" parent="1">
          <mxGeometry relative="1" as="geometry"/>
        </mxCell>

        <!-- ═══════════════════════════════════════════════════════════════ -->
        <!-- LEGEND -->
        <!-- ═══════════════════════════════════════════════════════════════ -->
        <mxCell id="legend-line-1" style="endArrow=none;html=1;strokeColor=#4A8AC7;strokeWidth=2;" edge="1" parent="1">
          <mxGeometry relative="1" as="geometry">
            <mxPoint x="40" y="910" as="sourcePoint"/>
            <mxPoint x="70" y="910" as="targetPoint"/>
          </mxGeometry>
        </mxCell>
        <mxCell id="legend-label-1" value="Edge-internal data flow" style="text;html=1;align=left;verticalAlign=middle;whiteSpace=wrap;rounded=0;fillColor=none;strokeColor=none;fontSize=11;fontColor=#3D4852;" vertex="1" parent="1">
          <mxGeometry x="78" y="898" width="180" height="24" as="geometry"/>
        </mxCell>

        <mxCell id="legend-line-2" style="endArrow=none;html=1;strokeColor=#FF9900;strokeWidth=2;" edge="1" parent="1">
          <mxGeometry relative="1" as="geometry">
            <mxPoint x="300" y="910" as="sourcePoint"/>
            <mxPoint x="330" y="910" as="targetPoint"/>
          </mxGeometry>
        </mxCell>
        <mxCell id="legend-label-2" value="AWS Cloud / 3rd-party API flow" style="text;html=1;align=left;verticalAlign=middle;whiteSpace=wrap;rounded=0;fillColor=none;strokeColor=none;fontSize=11;fontColor=#3D4852;" vertex="1" parent="1">
          <mxGeometry x="338" y="898" width="220" height="24" as="geometry"/>
        </mxCell>

        <mxCell id="legend-line-3" style="endArrow=none;html=1;strokeColor=#43A047;strokeWidth=2;" edge="1" parent="1">
          <mxGeometry relative="1" as="geometry">
            <mxPoint x="600" y="910" as="sourcePoint"/>
            <mxPoint x="630" y="910" as="targetPoint"/>
          </mxGeometry>
        </mxCell>
        <mxCell id="legend-label-3" value="Vehicle network (VSS via Kuksa)" style="text;html=1;align=left;verticalAlign=middle;whiteSpace=wrap;rounded=0;fillColor=none;strokeColor=none;fontSize=11;fontColor=#3D4852;" vertex="1" parent="1">
          <mxGeometry x="638" y="898" width="220" height="24" as="geometry"/>
        </mxCell>

        <mxCell id="legend-line-4" style="endArrow=none;html=1;strokeColor=#879196;strokeWidth=1.5;dashed=1;dashPattern=6 4;" edge="1" parent="1">
          <mxGeometry relative="1" as="geometry">
            <mxPoint x="900" y="910" as="sourcePoint"/>
            <mxPoint x="930" y="910" as="targetPoint"/>
          </mxGeometry>
        </mxCell>
        <mxCell id="legend-label-4" value="Monitoring &amp; context hand-off" style="text;html=1;align=left;verticalAlign=middle;whiteSpace=wrap;rounded=0;fillColor=none;strokeColor=none;fontSize=11;fontColor=#3D4852;" vertex="1" parent="1">
          <mxGeometry x="938" y="898" width="200" height="24" as="geometry"/>
        </mxCell>

        <mxCell id="legend-line-5" style="endArrow=none;html=1;strokeColor=#E53935;strokeWidth=1.5;dashed=1;dashPattern=6 4;" edge="1" parent="1">
          <mxGeometry relative="1" as="geometry">
            <mxPoint x="1180" y="910" as="sourcePoint"/>
            <mxPoint x="1210" y="910" as="targetPoint"/>
          </mxGeometry>
        </mxCell>
        <mxCell id="legend-label-5" value="Safety alert" style="text;html=1;align=left;verticalAlign=middle;whiteSpace=wrap;rounded=0;fillColor=none;strokeColor=none;fontSize=11;fontColor=#3D4852;" vertex="1" parent="1">
          <mxGeometry x="1218" y="898" width="120" height="24" as="geometry"/>
        </mxCell>

        <mxCell id="legend-label-6" value="① – ⑥  Primary voice-command sequence" style="text;html=1;align=left;verticalAlign=middle;whiteSpace=wrap;rounded=0;fillColor=none;strokeColor=none;fontSize=11;fontStyle=1;fontColor=#232F3E;" vertex="1" parent="1">
          <mxGeometry x="1340" y="898" width="300" height="24" as="geometry"/>
        </mxCell>

        <!-- ═══════════════════════════════════════════════════════════════ -->
        <!-- DIAGRAM CREDIT -->
        <!-- ═══════════════════════════════════════════════════════════════ -->
        <mxCell id="diagram-title" value="&lt;font style=&quot;font-size: 10px;&quot; color=&quot;#A6AFB8&quot;&gt;Speechless — In-Vehicle Voice Assistant Architecture&lt;/font&gt;" style="text;html=1;align=right;verticalAlign=bottom;whiteSpace=wrap;rounded=0;fillColor=none;strokeColor=none;" vertex="1" parent="1">
          <mxGeometry x="1310" y="20" width="330" height="20" as="geometry"/>
        </mxCell>

      </root>
    </mxGraphModel>
  </diagram>
</mxfile>
